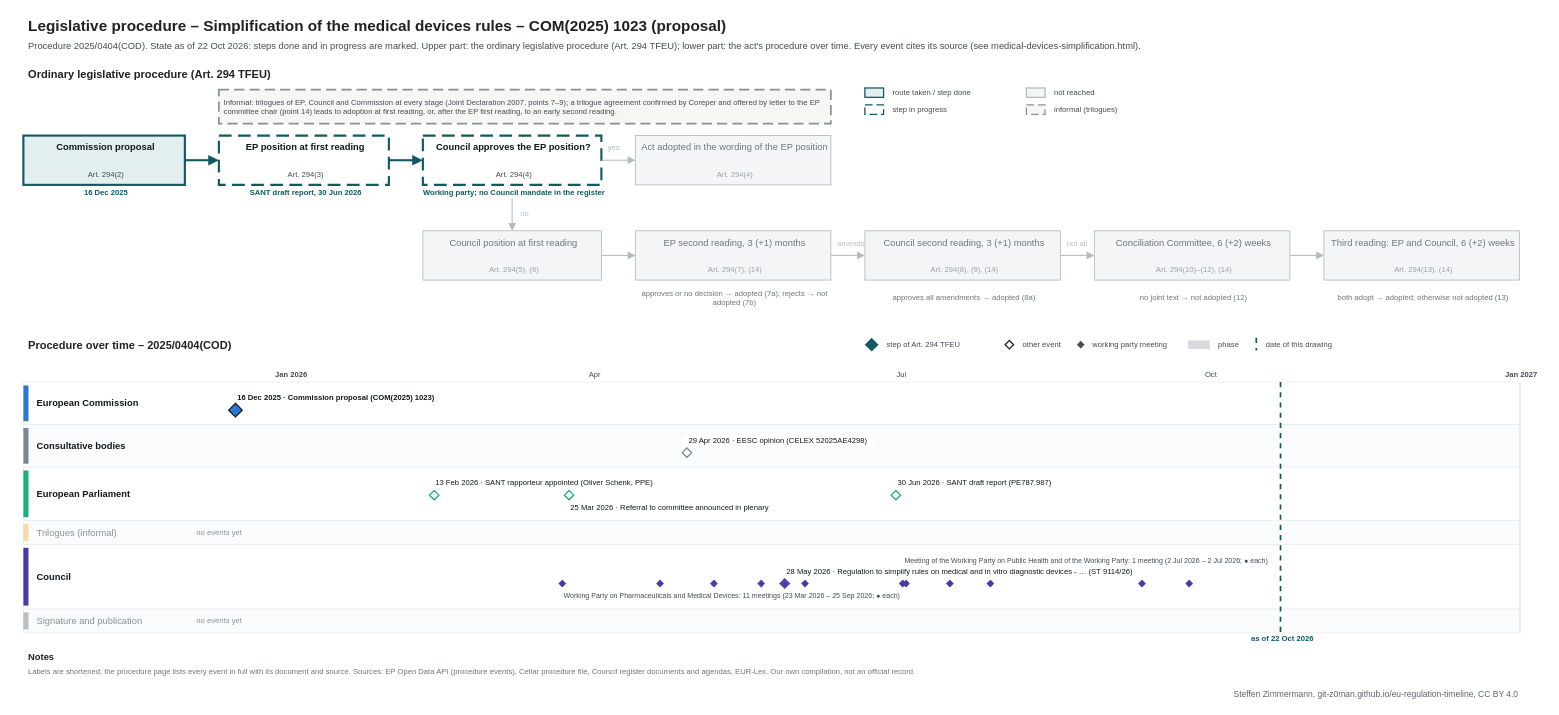
The draw.io diagram procedures/medical-devices-simplification.drawio in git-z0man/eu-regulation-timeline, before the edit. Source tidied: cells renumbered, new cells numbered last; positions are measured from the earlier drawing's top-left corner, leaving out a move shared by most shapes. Both pictures are drawn from the tidied source at 85%, with x=0, y=0 at pixel (14, 14).
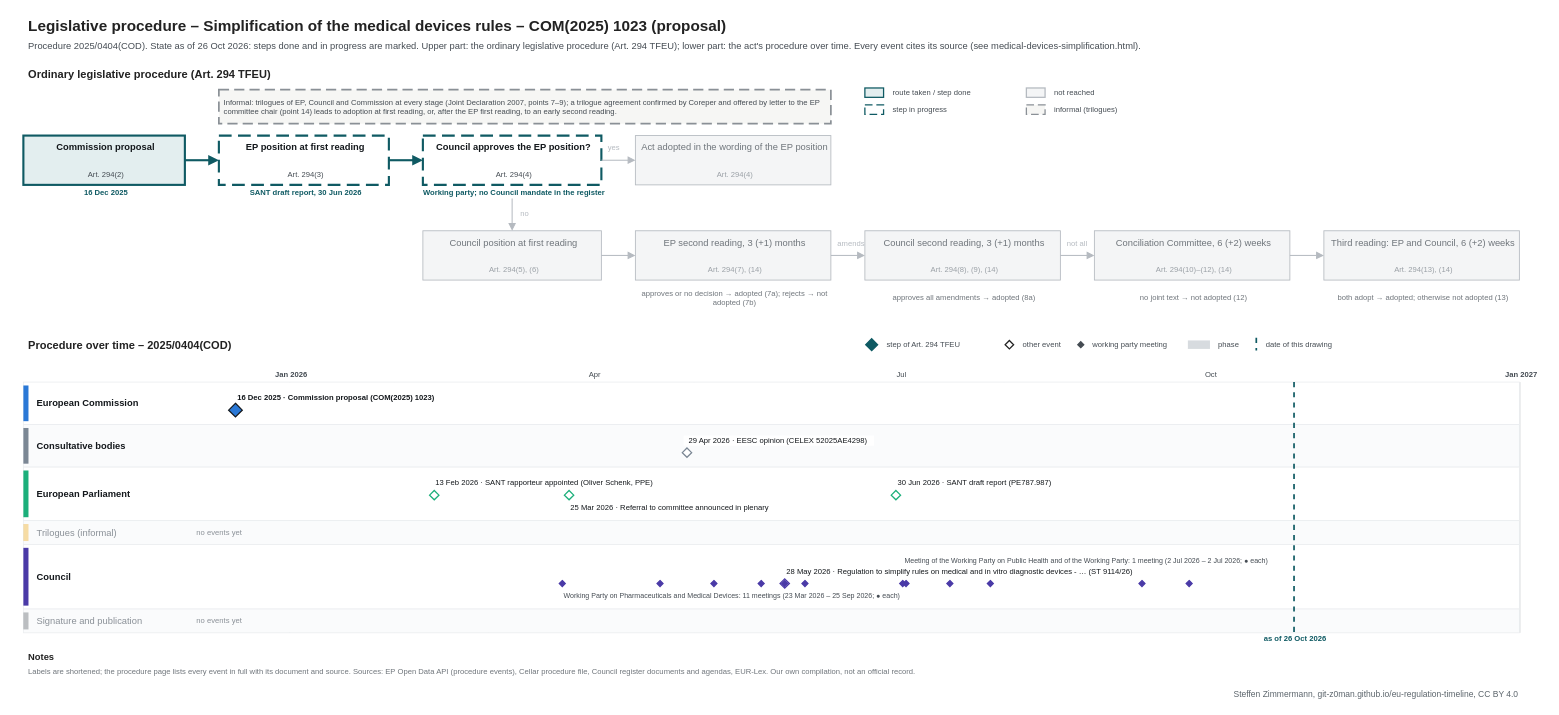
Above is the later version.

The edit, as a diff of the source:
```diff
@@
-    <mxCell id="3" value="Procedure 2025/0404(COD). State as of 22 Oct 2026: steps done and in progress are marked. Upper part: the ordinary legislative procedure (Art. 294 TFEU); lower part: the act's procedure over time. Every event cites its source (see medical-devices-simplification.html)." style="text;html=1;fontSize=11;fontColor=#454c53;align=left;verticalAlign=middle;spacingLeft=4;" parent="1" vertex="1">
+    <mxCell id="3" value="Procedure 2025/0404(COD). State as of 26 Oct 2026: steps done and in progress are marked. Upper part: the ordinary legislative procedure (Art. 294 TFEU); lower part: the act's procedure over time. Every event cites its source (see medical-devices-simplification.html)." style="text;html=1;fontSize=11;fontColor=#454c53;align=left;verticalAlign=middle;spacingLeft=4;" parent="1" vertex="1">
       <mxGeometry x="10" y="28" width="1700" height="18" as="geometry" />
     </mxCell>
@@
     <mxCell id="111" style="line;html=1;strokeWidth=2;strokeColor=#0f5a63;direction=south;dashed=1;" parent="1" vertex="1">
-      <mxGeometry x="1488.5" y="432" width="1" height="295" as="geometry" />
+      <mxGeometry x="1504.4" y="432" width="1" height="295" as="geometry" />
     </mxCell>
-    <mxCell id="112" value="as of 22 Oct 2026" style="text;html=1;fontSize=9;fontColor=#0f5a63;align=center;verticalAlign=middle;spacingLeft=4;fontStyle=1;" parent="1" vertex="1">
-      <mxGeometry x="1428.5" y="728" width="120" height="12" as="geometry" />
+    <mxCell id="112" value="as of 26 Oct 2026" style="text;html=1;fontSize=9;fontColor=#0f5a63;align=center;verticalAlign=middle;spacingLeft=4;fontStyle=1;" parent="1" vertex="1">
+      <mxGeometry x="1444.4" y="728" width="120" height="12" as="geometry" />
     </mxCell>
```
